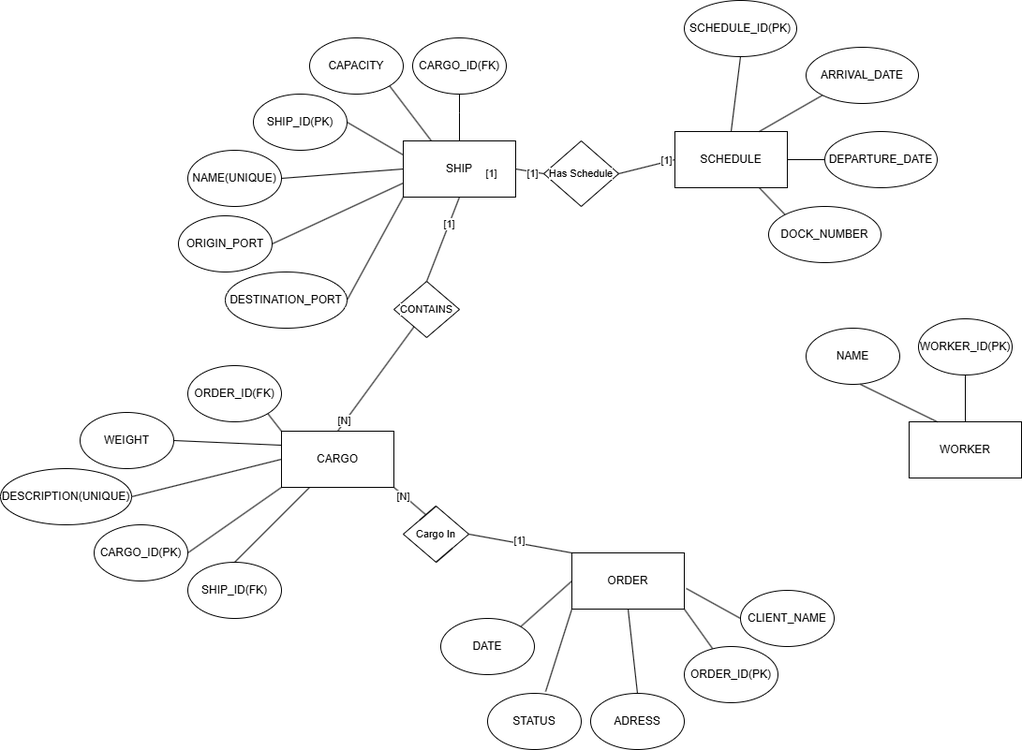
This is PortManagment.drawio.png from DarthRomolus/CarGarage, a draw.io export, as it was before one commit. Source tidied: cells renumbered, new cells last; positions are measured from the earlier drawing's top-left corner, leaving out a move shared by most shapes.
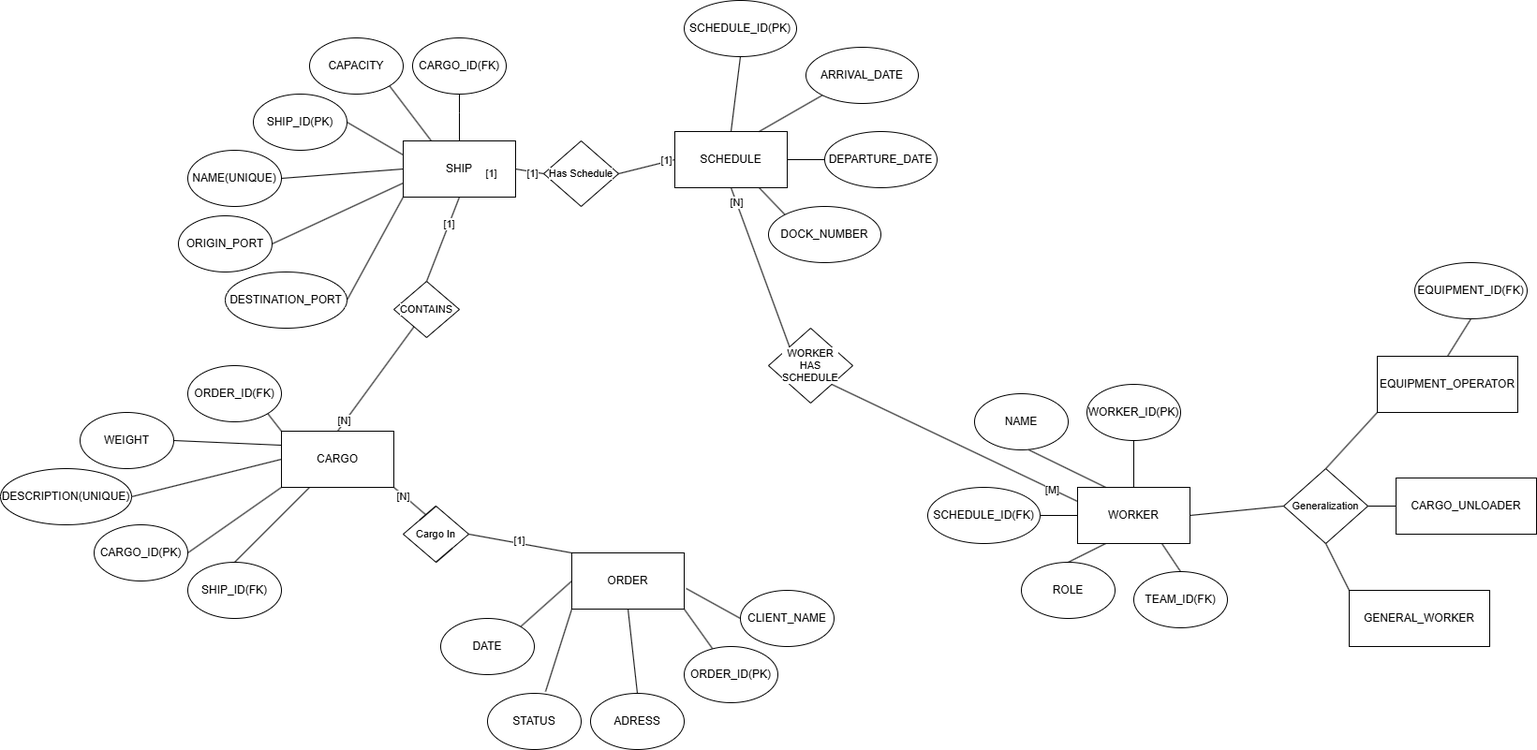
The same file after the commit.

Change to the diagram source:
```diff
@@ -203,17 +203,80 @@
     <mxCell id="64" style="edgeStyle=none;shape=connector;rounded=0;jettySize=auto;html=1;exitX=0.5;exitY=0;exitDx=0;exitDy=0;entryX=0.5;entryY=1;entryDx=0;entryDy=0;strokeColor=default;align=center;verticalAlign=middle;fontFamily=Helvetica;fontSize=11;fontColor=default;labelBackgroundColor=default;startFill=0;endArrow=none;" parent="1" edge="1" source="65" target="66">
       <mxGeometry relative="1" as="geometry" />
     </mxCell>
+    <mxCell id="69" style="edgeStyle=none;shape=connector;rounded=0;jettySize=auto;html=1;exitX=0.25;exitY=1;exitDx=0;exitDy=0;entryX=0.5;entryY=0;entryDx=0;entryDy=0;strokeColor=default;align=center;verticalAlign=middle;fontFamily=Helvetica;fontSize=11;fontColor=default;labelBackgroundColor=default;startFill=0;endArrow=none;" parent="1" edge="1" source="65" target="73">
+      <mxGeometry relative="1" as="geometry" />
+    </mxCell>
+    <mxCell id="70" style="edgeStyle=none;shape=connector;rounded=0;jettySize=auto;html=1;exitX=1;exitY=0.5;exitDx=0;exitDy=0;entryX=0;entryY=0.5;entryDx=0;entryDy=0;strokeColor=default;align=center;verticalAlign=middle;fontFamily=Helvetica;fontSize=11;fontColor=default;labelBackgroundColor=default;startFill=0;endArrow=none;" parent="1" edge="1" source="65" target="78">
+      <mxGeometry relative="1" as="geometry" />
+    </mxCell>
+    <mxCell id="71" style="edgeStyle=none;shape=connector;rounded=0;jettySize=auto;html=1;exitX=0;exitY=0.25;exitDx=0;exitDy=0;strokeColor=default;align=center;verticalAlign=middle;fontFamily=Helvetica;fontSize=11;fontColor=default;labelBackgroundColor=default;startFill=0;endArrow=none;entryX=1;entryY=1;entryDx=0;entryDy=0;" parent="1" edge="1" source="65" target="89">
+      <mxGeometry relative="1" as="geometry" />
+    </mxCell>
+    <mxCell id="72" value="[M]" style="edgeLabel;html=1;align=center;verticalAlign=middle;fontFamily=Helvetica;fontSize=11;fontColor=default;labelBackgroundColor=default;" parent="71" vertex="1">
+      <mxGeometry x="-0.79" relative="1" as="geometry" />
+    </mxCell>
     <mxCell id="65" value="WORKER" style="rounded=0;whiteSpace=wrap;html=1;" parent="1" vertex="1">
-      <mxGeometry x="970" y="450" width="120" height="60" as="geometry" />
+      <mxGeometry x="1150" y="520" width="120" height="60" as="geometry" />
     </mxCell>
     <mxCell id="66" value="WORKER_ID(PK)" style="ellipse;whiteSpace=wrap;html=1;" parent="1" vertex="1">
-      <mxGeometry x="980" y="340" width="100" height="60" as="geometry" />
+      <mxGeometry x="1160" y="410" width="100" height="60" as="geometry" />
     </mxCell>
     <mxCell id="67" value="NAME" style="ellipse;whiteSpace=wrap;html=1;" parent="1" vertex="1">
-      <mxGeometry x="860" y="350" width="100" height="60" as="geometry" />
+      <mxGeometry x="1040" y="420" width="100" height="60" as="geometry" />
     </mxCell>
     <mxCell id="68" style="edgeStyle=none;shape=connector;rounded=0;jettySize=auto;html=1;exitX=0.25;exitY=0;exitDx=0;exitDy=0;entryX=0.58;entryY=1;entryDx=0;entryDy=0;entryPerimeter=0;strokeColor=default;align=center;verticalAlign=middle;fontFamily=Helvetica;fontSize=11;fontColor=default;labelBackgroundColor=default;startFill=0;endArrow=none;" parent="1" edge="1" source="65" target="67">
       <mxGeometry relative="1" as="geometry" />
     </mxCell>
+    <mxCell id="73" value="ROLE" style="ellipse;whiteSpace=wrap;html=1;" parent="1" vertex="1">
+      <mxGeometry x="1090" y="600" width="100" height="60" as="geometry" />
+    </mxCell>
+    <mxCell id="74" style="edgeStyle=none;shape=connector;rounded=0;jettySize=auto;html=1;exitX=0.5;exitY=0;exitDx=0;exitDy=0;entryX=0.75;entryY=1;entryDx=0;entryDy=0;strokeColor=default;align=center;verticalAlign=middle;fontFamily=Helvetica;fontSize=11;fontColor=default;labelBackgroundColor=default;startFill=0;endArrow=none;" parent="1" edge="1" source="75" target="65">
+      <mxGeometry relative="1" as="geometry" />
+    </mxCell>
+    <mxCell id="75" value="TEAM_ID(FK)" style="ellipse;whiteSpace=wrap;html=1;" parent="1" vertex="1">
+      <mxGeometry x="1210" y="610" width="100" height="60" as="geometry" />
+    </mxCell>
+    <mxCell id="76" style="edgeStyle=none;shape=connector;rounded=0;jettySize=auto;html=1;exitX=0.5;exitY=0;exitDx=0;exitDy=0;entryX=0;entryY=1;entryDx=0;entryDy=0;strokeColor=default;align=center;verticalAlign=middle;fontFamily=Helvetica;fontSize=11;fontColor=default;labelBackgroundColor=default;startFill=0;endArrow=none;" parent="1" edge="1" source="78" target="80">
+      <mxGeometry relative="1" as="geometry" />
+    </mxCell>
+    <mxCell id="77" style="edgeStyle=none;shape=connector;rounded=0;jettySize=auto;html=1;exitX=0.5;exitY=1;exitDx=0;exitDy=0;entryX=0;entryY=0;entryDx=0;entryDy=0;strokeColor=default;align=center;verticalAlign=middle;fontFamily=Helvetica;fontSize=11;fontColor=default;labelBackgroundColor=default;startFill=0;endArrow=none;" parent="1" edge="1" source="78" target="83">
+      <mxGeometry relative="1" as="geometry" />
+    </mxCell>
+    <mxCell id="78" value="Generalization" style="rhombus;whiteSpace=wrap;html=1;fontFamily=Helvetica;fontSize=11;fontColor=default;labelBackgroundColor=default;" parent="1" vertex="1">
+      <mxGeometry x="1370" y="500" width="90" height="80" as="geometry" />
+    </mxCell>
+    <mxCell id="79" style="edgeStyle=none;shape=connector;rounded=0;jettySize=auto;html=1;exitX=0.5;exitY=0;exitDx=0;exitDy=0;entryX=0.5;entryY=1;entryDx=0;entryDy=0;strokeColor=default;align=center;verticalAlign=middle;fontFamily=Helvetica;fontSize=11;fontColor=default;labelBackgroundColor=default;startFill=0;endArrow=none;" parent="1" edge="1" source="80" target="84">
+      <mxGeometry relative="1" as="geometry" />
+    </mxCell>
+    <mxCell id="80" value="EQUIPMENT_OPERATOR" style="rounded=0;whiteSpace=wrap;html=1;" parent="1" vertex="1">
+      <mxGeometry x="1470" y="380" width="150" height="60" as="geometry" />
+    </mxCell>
+    <mxCell id="81" style="edgeStyle=none;shape=connector;rounded=0;jettySize=auto;html=1;exitX=0;exitY=0.5;exitDx=0;exitDy=0;entryX=1;entryY=0.5;entryDx=0;entryDy=0;strokeColor=default;align=center;verticalAlign=middle;fontFamily=Helvetica;fontSize=11;fontColor=default;labelBackgroundColor=default;startFill=0;endArrow=none;" parent="1" edge="1" source="82" target="78">
+      <mxGeometry relative="1" as="geometry" />
+    </mxCell>
+    <mxCell id="82" value="CARGO_UNLOADER" style="rounded=0;whiteSpace=wrap;html=1;" parent="1" vertex="1">
+      <mxGeometry x="1490" y="510" width="150" height="60" as="geometry" />
+    </mxCell>
+    <mxCell id="83" value="GENERAL_WORKER" style="rounded=0;whiteSpace=wrap;html=1;" parent="1" vertex="1">
+      <mxGeometry x="1440" y="630" width="150" height="60" as="geometry" />
+    </mxCell>
+    <mxCell id="84" value="EQUIPMENT_ID(FK)" style="ellipse;whiteSpace=wrap;html=1;" parent="1" vertex="1">
+      <mxGeometry x="1510" y="280" width="120" height="60" as="geometry" />
+    </mxCell>
+    <mxCell id="85" style="edgeStyle=none;shape=connector;rounded=0;jettySize=auto;html=1;exitX=1;exitY=0.5;exitDx=0;exitDy=0;entryX=0;entryY=0.5;entryDx=0;entryDy=0;strokeColor=default;align=center;verticalAlign=middle;fontFamily=Helvetica;fontSize=11;fontColor=default;labelBackgroundColor=default;startFill=0;endArrow=none;" parent="1" edge="1" source="86" target="65">
+      <mxGeometry relative="1" as="geometry" />
+    </mxCell>
+    <mxCell id="86" value="SCHEDULE_ID(FK)" style="ellipse;whiteSpace=wrap;html=1;" parent="1" vertex="1">
+      <mxGeometry x="990" y="520" width="120" height="60" as="geometry" />
+    </mxCell>
+    <mxCell id="87" style="edgeStyle=none;shape=connector;rounded=0;jettySize=auto;html=1;exitX=0;exitY=0;exitDx=0;exitDy=0;entryX=0.5;entryY=1;entryDx=0;entryDy=0;strokeColor=default;align=center;verticalAlign=middle;fontFamily=Helvetica;fontSize=11;fontColor=default;labelBackgroundColor=default;startFill=0;endArrow=none;" parent="1" edge="1" source="89" target="32">
+      <mxGeometry relative="1" as="geometry" />
+    </mxCell>
+    <mxCell id="88" value="[N]" style="edgeLabel;html=1;align=center;verticalAlign=middle;fontFamily=Helvetica;fontSize=11;fontColor=default;labelBackgroundColor=default;" parent="87" vertex="1">
+      <mxGeometry x="0.82" relative="1" as="geometry" />
+    </mxCell>
+    <mxCell id="89" value="WORKER&lt;div&gt;HAS&lt;/div&gt;&lt;div&gt;SCHEDULE&lt;/div&gt;" style="rhombus;whiteSpace=wrap;html=1;fontFamily=Helvetica;fontSize=11;fontColor=default;labelBackgroundColor=default;" parent="1" vertex="1">
+      <mxGeometry x="820" y="350" width="90" height="80" as="geometry" />
+    </mxCell>
   </root>
 </mxGraphModel>
```
